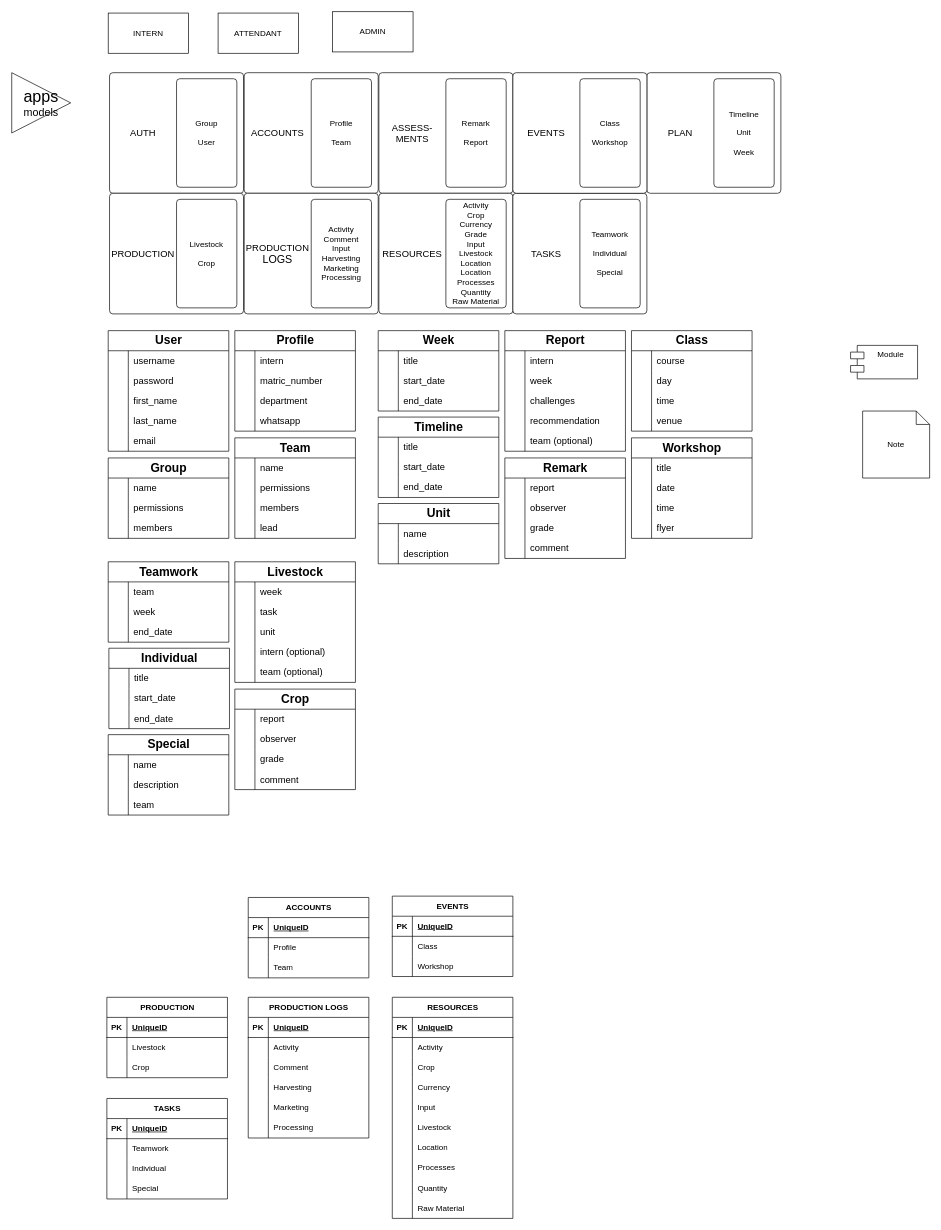
The draw.io diagram page "Page-2" (2 of 2) of Untitled Diagram.drawio in Praisesomiji/pwa-internship_tracker, before the edit. Source tidied: cells renumbered, new cells numbered last; positions are measured from the earlier drawing's top-left corner, leaving out a move shared by most shapes. Both pictures are drawn from the tidied source at 67%, with x=0, y=0 at pixel (11, 11).
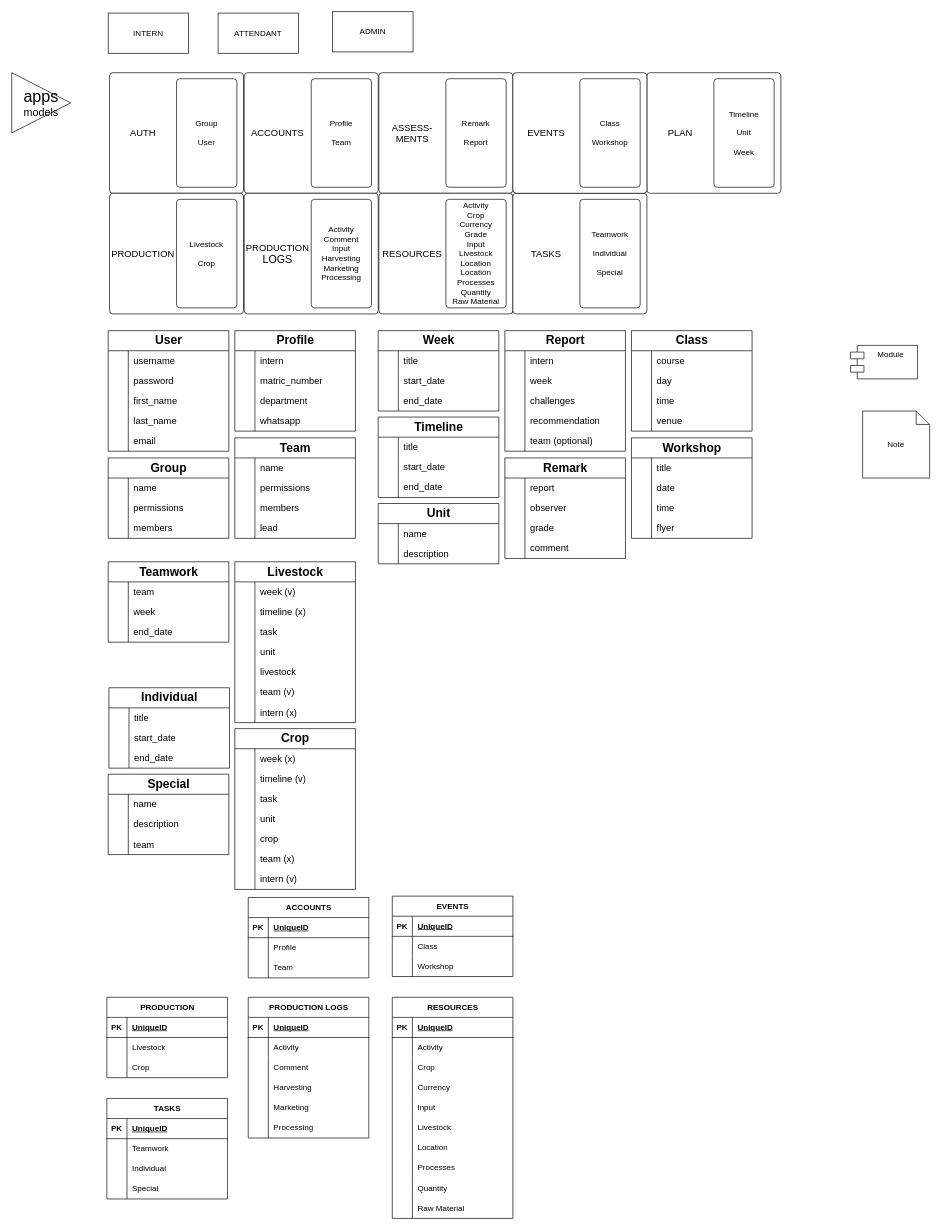
After the change.

The change refers to these unchanged cells:
```xml
<mxCell id="273" style="shape=tableRow;horizontal=0;startSize=0;swimlaneHead=0;swimlaneBody=0;fillColor=none;top=0;left=0;right=0;bottom=0;" parent="272" vertex="1">
  <mxGeometry y="30" width="180" height="30" as="geometry" />
</mxCell>
<mxCell id="276" style="shape=tableRow;horizontal=0;startSize=0;swimlaneHead=0;swimlaneBody=0;fillColor=none;top=0;left=0;right=0;bottom=0;" parent="272" vertex="1">
  <mxGeometry y="60" width="180" height="30" as="geometry" />
</mxCell>
<mxCell id="279" style="shape=tableRow;horizontal=0;startSize=0;swimlaneHead=0;swimlaneBody=0;fillColor=none;top=0;left=0;right=0;bottom=0;" parent="272" vertex="1">
  <mxGeometry y="90" width="180" height="30" as="geometry" />
</mxCell>
<mxCell id="282" style="shape=tableRow;horizontal=0;startSize=0;swimlaneHead=0;swimlaneBody=0;fillColor=none;top=0;left=0;right=0;bottom=0;" parent="272" vertex="1">
  <mxGeometry y="120" width="180" height="30" as="geometry" />
</mxCell>
<mxCell id="285" style="shape=tableRow;horizontal=0;startSize=0;swimlaneHead=0;swimlaneBody=0;fillColor=none;top=0;left=0;right=0;bottom=0;" parent="272" vertex="1">
  <mxGeometry y="150" width="180" height="30" as="geometry" />
</mxCell>
```

Diff of the diagram source:
```diff
@@
     <mxCell id="272" value="&lt;font style=&quot;font-size: 18px;&quot;&gt;Livestock&lt;/font&gt;" style="shape=table;startSize=30;childLayout=tableLayout;rowLines=0;fontStyle=1;align=center;html=1;" parent="1" vertex="1">
-      <mxGeometry x="333" y="821" width="180" height="180" as="geometry" />
+      <mxGeometry x="333" y="821" width="180" height="240" as="geometry" />
     </mxCell>
@@
-    <mxCell id="275" value="&lt;font style=&quot;font-size: 14px;&quot;&gt;week&lt;/font&gt;" style="shape=partialRectangle;fillColor=none;top=0;left=0;bottom=0;right=0;align=left;spacingLeft=6;overflow=hidden;whiteSpace=wrap;html=1;" parent="273" vertex="1">
+    <mxCell id="275" value="&lt;font style=&quot;font-size: 14px;&quot;&gt;week (v)&lt;/font&gt;" style="shape=partialRectangle;fillColor=none;top=0;left=0;bottom=0;right=0;align=left;spacingLeft=6;overflow=hidden;whiteSpace=wrap;html=1;" parent="273" vertex="1">
       <mxGeometry x="30" width="150" height="30" as="geometry" />
     </mxCell>
@@
-    <mxCell id="278" value="&lt;span style=&quot;font-size: 14px;&quot;&gt;task&lt;/span&gt;" style="shape=partialRectangle;fillColor=none;top=0;left=0;bottom=0;right=0;align=left;spacingLeft=6;overflow=hidden;whiteSpace=wrap;html=1;" parent="276" vertex="1">
+    <mxCell id="278" value="&lt;span style=&quot;font-size: 14px;&quot;&gt;timeline (x)&lt;/span&gt;" style="shape=partialRectangle;fillColor=none;top=0;left=0;bottom=0;right=0;align=left;spacingLeft=6;overflow=hidden;whiteSpace=wrap;html=1;" parent="276" vertex="1">
       <mxGeometry x="30" width="150" height="30" as="geometry" />
     </mxCell>
@@
-    <mxCell id="281" value="&lt;font style=&quot;font-size: 14px;&quot;&gt;unit&lt;/font&gt;" style="shape=partialRectangle;fillColor=none;top=0;left=0;bottom=0;right=0;align=left;spacingLeft=6;overflow=hidden;whiteSpace=wrap;html=1;" parent="279" vertex="1">
+    <mxCell id="281" value="&lt;font style=&quot;font-size: 14px;&quot;&gt;task&lt;/font&gt;" style="shape=partialRectangle;fillColor=none;top=0;left=0;bottom=0;right=0;align=left;spacingLeft=6;overflow=hidden;whiteSpace=wrap;html=1;" parent="279" vertex="1">
       <mxGeometry x="30" width="150" height="30" as="geometry" />
     </mxCell>
@@
-    <mxCell id="284" value="&lt;font style=&quot;font-size: 14px;&quot;&gt;intern (optional)&lt;/font&gt;" style="shape=partialRectangle;fillColor=none;top=0;left=0;bottom=0;right=0;align=left;spacingLeft=6;overflow=hidden;whiteSpace=wrap;html=1;" parent="282" vertex="1">
+    <mxCell id="284" value="&lt;span style=&quot;font-size: 14px;&quot;&gt;unit&lt;/span&gt;" style="shape=partialRectangle;fillColor=none;top=0;left=0;bottom=0;right=0;align=left;spacingLeft=6;overflow=hidden;whiteSpace=wrap;html=1;" parent="282" vertex="1">
       <mxGeometry x="30" width="150" height="30" as="geometry" />
     </mxCell>
@@
-    <mxCell id="287" value="&lt;font style=&quot;font-size: 14px;&quot;&gt;team (optional)&lt;/font&gt;" style="shape=partialRectangle;fillColor=none;top=0;left=0;bottom=0;right=0;align=left;spacingLeft=6;overflow=hidden;whiteSpace=wrap;html=1;" parent="285" vertex="1">
+    <mxCell id="287" value="&lt;span style=&quot;font-size: 14px;&quot;&gt;livestock&lt;/span&gt;" style="shape=partialRectangle;fillColor=none;top=0;left=0;bottom=0;right=0;align=left;spacingLeft=6;overflow=hidden;whiteSpace=wrap;html=1;" parent="285" vertex="1">
       <mxGeometry x="30" width="150" height="30" as="geometry" />
     </mxCell>
+    <mxCell id="321" style="shape=tableRow;horizontal=0;startSize=0;swimlaneHead=0;swimlaneBody=0;fillColor=none;top=0;left=0;right=0;bottom=0;" parent="272" vertex="1">
+      <mxGeometry y="180" width="180" height="30" as="geometry" />
+    </mxCell>
+    <mxCell id="322" style="shape=partialRectangle;fillColor=none;top=0;left=0;bottom=0;right=0;overflow=hidden;whiteSpace=wrap;html=1;" parent="321" vertex="1">
+      <mxGeometry width="30" height="30" as="geometry" />
+    </mxCell>
+    <mxCell id="323" value="&lt;span style=&quot;font-size: 14px;&quot;&gt;team (v)&lt;/span&gt;" style="shape=partialRectangle;fillColor=none;top=0;left=0;bottom=0;right=0;align=left;spacingLeft=6;overflow=hidden;whiteSpace=wrap;html=1;" parent="321" vertex="1">
+      <mxGeometry x="30" width="150" height="30" as="geometry" />
+    </mxCell>
+    <mxCell id="324" style="shape=tableRow;horizontal=0;startSize=0;swimlaneHead=0;swimlaneBody=0;fillColor=none;top=0;left=0;right=0;bottom=0;" parent="272" vertex="1">
+      <mxGeometry y="210" width="180" height="30" as="geometry" />
+    </mxCell>
+    <mxCell id="325" style="shape=partialRectangle;fillColor=none;top=0;left=0;bottom=0;right=0;overflow=hidden;whiteSpace=wrap;html=1;" parent="324" vertex="1">
+      <mxGeometry width="30" height="30" as="geometry" />
+    </mxCell>
+    <mxCell id="326" value="&lt;span style=&quot;font-size: 14px;&quot;&gt;intern (x)&lt;/span&gt;" style="shape=partialRectangle;fillColor=none;top=0;left=0;bottom=0;right=0;align=left;spacingLeft=6;overflow=hidden;whiteSpace=wrap;html=1;" parent="324" vertex="1">
+      <mxGeometry x="30" width="150" height="30" as="geometry" />
+    </mxCell>
     <mxCell id="288" value="&lt;font style=&quot;font-size: 18px;&quot;&gt;Special&lt;/font&gt;" style="shape=table;startSize=30;childLayout=tableLayout;rowLines=0;fontStyle=1;align=center;html=1;" parent="1" vertex="1">
-      <mxGeometry x="144" y="1079" width="180" height="120" as="geometry" />
+      <mxGeometry x="144" y="1138" width="180" height="120" as="geometry" />
     </mxCell>
@@
-    <mxCell id="298" value="&lt;font style=&quot;font-size: 18px;&quot;&gt;Crop&lt;/font&gt;" style="shape=table;startSize=30;childLayout=tableLayout;rowLines=0;fontStyle=1;align=center;html=1;" parent="1" vertex="1">
-      <mxGeometry x="333" y="1011" width="180" height="150" as="geometry" />
-    </mxCell>
-    <mxCell id="299" style="shape=tableRow;horizontal=0;startSize=0;swimlaneHead=0;swimlaneBody=0;fillColor=none;top=0;left=0;right=0;bottom=0;" parent="298" vertex="1">
-      <mxGeometry y="30" width="180" height="30" as="geometry" />
-    </mxCell>
-    <mxCell id="300" style="shape=partialRectangle;fillColor=none;top=0;left=0;bottom=0;right=0;overflow=hidden;whiteSpace=wrap;html=1;" parent="299" vertex="1">
-      <mxGeometry width="30" height="30" as="geometry" />
-    </mxCell>
-    <mxCell id="301" value="&lt;font style=&quot;font-size: 14px;&quot;&gt;report&lt;/font&gt;" style="shape=partialRectangle;fillColor=none;top=0;left=0;bottom=0;right=0;align=left;spacingLeft=6;overflow=hidden;whiteSpace=wrap;html=1;" parent="299" vertex="1">
-      <mxGeometry x="30" width="150" height="30" as="geometry" />
-    </mxCell>
-    <mxCell id="302" style="shape=tableRow;horizontal=0;startSize=0;swimlaneHead=0;swimlaneBody=0;fillColor=none;top=0;left=0;right=0;bottom=0;" parent="298" vertex="1">
-      <mxGeometry y="60" width="180" height="30" as="geometry" />
-    </mxCell>
-    <mxCell id="303" style="shape=partialRectangle;fillColor=none;top=0;left=0;bottom=0;right=0;overflow=hidden;whiteSpace=wrap;html=1;" parent="302" vertex="1">
-      <mxGeometry width="30" height="30" as="geometry" />
-    </mxCell>
-    <mxCell id="304" value="&lt;span style=&quot;font-size: 14px;&quot;&gt;observer&lt;/span&gt;" style="shape=partialRectangle;fillColor=none;top=0;left=0;bottom=0;right=0;align=left;spacingLeft=6;overflow=hidden;whiteSpace=wrap;html=1;" parent="302" vertex="1">
-      <mxGeometry x="30" width="150" height="30" as="geometry" />
-    </mxCell>
-    <mxCell id="305" style="shape=tableRow;horizontal=0;startSize=0;swimlaneHead=0;swimlaneBody=0;fillColor=none;top=0;left=0;right=0;bottom=0;" parent="298" vertex="1">
-      <mxGeometry y="90" width="180" height="30" as="geometry" />
-    </mxCell>
-    <mxCell id="306" style="shape=partialRectangle;fillColor=none;top=0;left=0;bottom=0;right=0;overflow=hidden;whiteSpace=wrap;html=1;" parent="305" vertex="1">
-      <mxGeometry width="30" height="30" as="geometry" />
-    </mxCell>
-    <mxCell id="307" value="&lt;span style=&quot;font-size: 14px;&quot;&gt;grade&lt;/span&gt;" style="shape=partialRectangle;fillColor=none;top=0;left=0;bottom=0;right=0;align=left;spacingLeft=6;overflow=hidden;whiteSpace=wrap;html=1;" parent="305" vertex="1">
-      <mxGeometry x="30" width="150" height="30" as="geometry" />
-    </mxCell>
-    <mxCell id="308" style="shape=tableRow;horizontal=0;startSize=0;swimlaneHead=0;swimlaneBody=0;fillColor=none;top=0;left=0;right=0;bottom=0;" parent="298" vertex="1">
-      <mxGeometry y="120" width="180" height="30" as="geometry" />
-    </mxCell>
-    <mxCell id="309" style="shape=partialRectangle;fillColor=none;top=0;left=0;bottom=0;right=0;overflow=hidden;whiteSpace=wrap;html=1;" parent="308" vertex="1">
-      <mxGeometry width="30" height="30" as="geometry" />
-    </mxCell>
-    <mxCell id="310" value="&lt;span style=&quot;font-size: 14px;&quot;&gt;comment&lt;/span&gt;" style="shape=partialRectangle;fillColor=none;top=0;left=0;bottom=0;right=0;align=left;spacingLeft=6;overflow=hidden;whiteSpace=wrap;html=1;" parent="308" vertex="1">
-      <mxGeometry x="30" width="150" height="30" as="geometry" />
-    </mxCell>
     <mxCell id="311" value="&lt;span style=&quot;font-size: 18px;&quot;&gt;Individual&lt;/span&gt;" style="shape=table;startSize=30;childLayout=tableLayout;rowLines=0;fontStyle=1;align=center;html=1;" parent="1" vertex="1">
-      <mxGeometry x="145" y="950" width="180" height="120" as="geometry" />
+      <mxGeometry x="145" y="1009" width="180" height="120" as="geometry" />
     </mxCell>
@@
+    <mxCell id="298" value="&lt;font style=&quot;font-size: 18px;&quot;&gt;Crop&lt;/font&gt;" style="shape=table;startSize=30;childLayout=tableLayout;rowLines=0;fontStyle=1;align=center;html=1;" parent="1" vertex="1">
+      <mxGeometry x="333" y="1070" width="180" height="240" as="geometry" />
+    </mxCell>
+    <mxCell id="299" style="shape=tableRow;horizontal=0;startSize=0;swimlaneHead=0;swimlaneBody=0;fillColor=none;top=0;left=0;right=0;bottom=0;" parent="298" vertex="1">
+      <mxGeometry y="30" width="180" height="30" as="geometry" />
+    </mxCell>
+    <mxCell id="327" style="shape=partialRectangle;fillColor=none;top=0;left=0;bottom=0;right=0;overflow=hidden;whiteSpace=wrap;html=1;" parent="299" vertex="1">
+      <mxGeometry width="30" height="30" as="geometry" />
+    </mxCell>
+    <mxCell id="328" value="&lt;font style=&quot;font-size: 14px;&quot;&gt;week (x)&lt;/font&gt;" style="shape=partialRectangle;fillColor=none;top=0;left=0;bottom=0;right=0;align=left;spacingLeft=6;overflow=hidden;whiteSpace=wrap;html=1;" parent="299" vertex="1">
+      <mxGeometry x="30" width="150" height="30" as="geometry" />
+    </mxCell>
+    <mxCell id="302" style="shape=tableRow;horizontal=0;startSize=0;swimlaneHead=0;swimlaneBody=0;fillColor=none;top=0;left=0;right=0;bottom=0;" parent="298" vertex="1">
+      <mxGeometry y="60" width="180" height="30" as="geometry" />
+    </mxCell>
+    <mxCell id="329" style="shape=partialRectangle;fillColor=none;top=0;left=0;bottom=0;right=0;overflow=hidden;whiteSpace=wrap;html=1;" parent="302" vertex="1">
+      <mxGeometry width="30" height="30" as="geometry" />
+    </mxCell>
+    <mxCell id="330" value="&lt;span style=&quot;font-size: 14px;&quot;&gt;timeline (v)&lt;/span&gt;" style="shape=partialRectangle;fillColor=none;top=0;left=0;bottom=0;right=0;align=left;spacingLeft=6;overflow=hidden;whiteSpace=wrap;html=1;" parent="302" vertex="1">
+      <mxGeometry x="30" width="150" height="30" as="geometry" />
+    </mxCell>
+    <mxCell id="305" style="shape=tableRow;horizontal=0;startSize=0;swimlaneHead=0;swimlaneBody=0;fillColor=none;top=0;left=0;right=0;bottom=0;" parent="298" vertex="1">
+      <mxGeometry y="90" width="180" height="30" as="geometry" />
+    </mxCell>
+    <mxCell id="331" style="shape=partialRectangle;fillColor=none;top=0;left=0;bottom=0;right=0;overflow=hidden;whiteSpace=wrap;html=1;" parent="305" vertex="1">
+      <mxGeometry width="30" height="30" as="geometry" />
+    </mxCell>
+    <mxCell id="332" value="&lt;font style=&quot;font-size: 14px;&quot;&gt;task&lt;/font&gt;" style="shape=partialRectangle;fillColor=none;top=0;left=0;bottom=0;right=0;align=left;spacingLeft=6;overflow=hidden;whiteSpace=wrap;html=1;" parent="305" vertex="1">
+      <mxGeometry x="30" width="150" height="30" as="geometry" />
+    </mxCell>
+    <mxCell id="308" style="shape=tableRow;horizontal=0;startSize=0;swimlaneHead=0;swimlaneBody=0;fillColor=none;top=0;left=0;right=0;bottom=0;" parent="298" vertex="1">
+      <mxGeometry y="120" width="180" height="30" as="geometry" />
+    </mxCell>
+    <mxCell id="333" style="shape=partialRectangle;fillColor=none;top=0;left=0;bottom=0;right=0;overflow=hidden;whiteSpace=wrap;html=1;" parent="308" vertex="1">
+      <mxGeometry width="30" height="30" as="geometry" />
+    </mxCell>
+    <mxCell id="334" value="&lt;span style=&quot;font-size: 14px;&quot;&gt;unit&lt;/span&gt;" style="shape=partialRectangle;fillColor=none;top=0;left=0;bottom=0;right=0;align=left;spacingLeft=6;overflow=hidden;whiteSpace=wrap;html=1;" parent="308" vertex="1">
+      <mxGeometry x="30" width="150" height="30" as="geometry" />
+    </mxCell>
+    <mxCell id="335" style="shape=tableRow;horizontal=0;startSize=0;swimlaneHead=0;swimlaneBody=0;fillColor=none;top=0;left=0;right=0;bottom=0;" parent="298" vertex="1">
+      <mxGeometry y="150" width="180" height="30" as="geometry" />
+    </mxCell>
+    <mxCell id="336" style="shape=partialRectangle;fillColor=none;top=0;left=0;bottom=0;right=0;overflow=hidden;whiteSpace=wrap;html=1;" parent="335" vertex="1">
+      <mxGeometry width="30" height="30" as="geometry" />
+    </mxCell>
+    <mxCell id="337" value="&lt;span style=&quot;font-size: 14px;&quot;&gt;crop&lt;/span&gt;" style="shape=partialRectangle;fillColor=none;top=0;left=0;bottom=0;right=0;align=left;spacingLeft=6;overflow=hidden;whiteSpace=wrap;html=1;" parent="335" vertex="1">
+      <mxGeometry x="30" width="150" height="30" as="geometry" />
+    </mxCell>
+    <mxCell id="338" style="shape=tableRow;horizontal=0;startSize=0;swimlaneHead=0;swimlaneBody=0;fillColor=none;top=0;left=0;right=0;bottom=0;" parent="298" vertex="1">
+      <mxGeometry y="180" width="180" height="30" as="geometry" />
+    </mxCell>
+    <mxCell id="339" style="shape=partialRectangle;fillColor=none;top=0;left=0;bottom=0;right=0;overflow=hidden;whiteSpace=wrap;html=1;" parent="338" vertex="1">
+      <mxGeometry width="30" height="30" as="geometry" />
+    </mxCell>
+    <mxCell id="340" value="&lt;span style=&quot;font-size: 14px;&quot;&gt;team (x)&lt;/span&gt;" style="shape=partialRectangle;fillColor=none;top=0;left=0;bottom=0;right=0;align=left;spacingLeft=6;overflow=hidden;whiteSpace=wrap;html=1;" parent="338" vertex="1">
+      <mxGeometry x="30" width="150" height="30" as="geometry" />
+    </mxCell>
+    <mxCell id="341" style="shape=tableRow;horizontal=0;startSize=0;swimlaneHead=0;swimlaneBody=0;fillColor=none;top=0;left=0;right=0;bottom=0;" parent="298" vertex="1">
+      <mxGeometry y="210" width="180" height="30" as="geometry" />
+    </mxCell>
+    <mxCell id="342" style="shape=partialRectangle;fillColor=none;top=0;left=0;bottom=0;right=0;overflow=hidden;whiteSpace=wrap;html=1;" parent="341" vertex="1">
+      <mxGeometry width="30" height="30" as="geometry" />
+    </mxCell>
+    <mxCell id="343" value="&lt;span style=&quot;font-size: 14px;&quot;&gt;intern (v)&lt;/span&gt;" style="shape=partialRectangle;fillColor=none;top=0;left=0;bottom=0;right=0;align=left;spacingLeft=6;overflow=hidden;whiteSpace=wrap;html=1;" parent="341" vertex="1">
+      <mxGeometry x="30" width="150" height="30" as="geometry" />
+    </mxCell>
```
